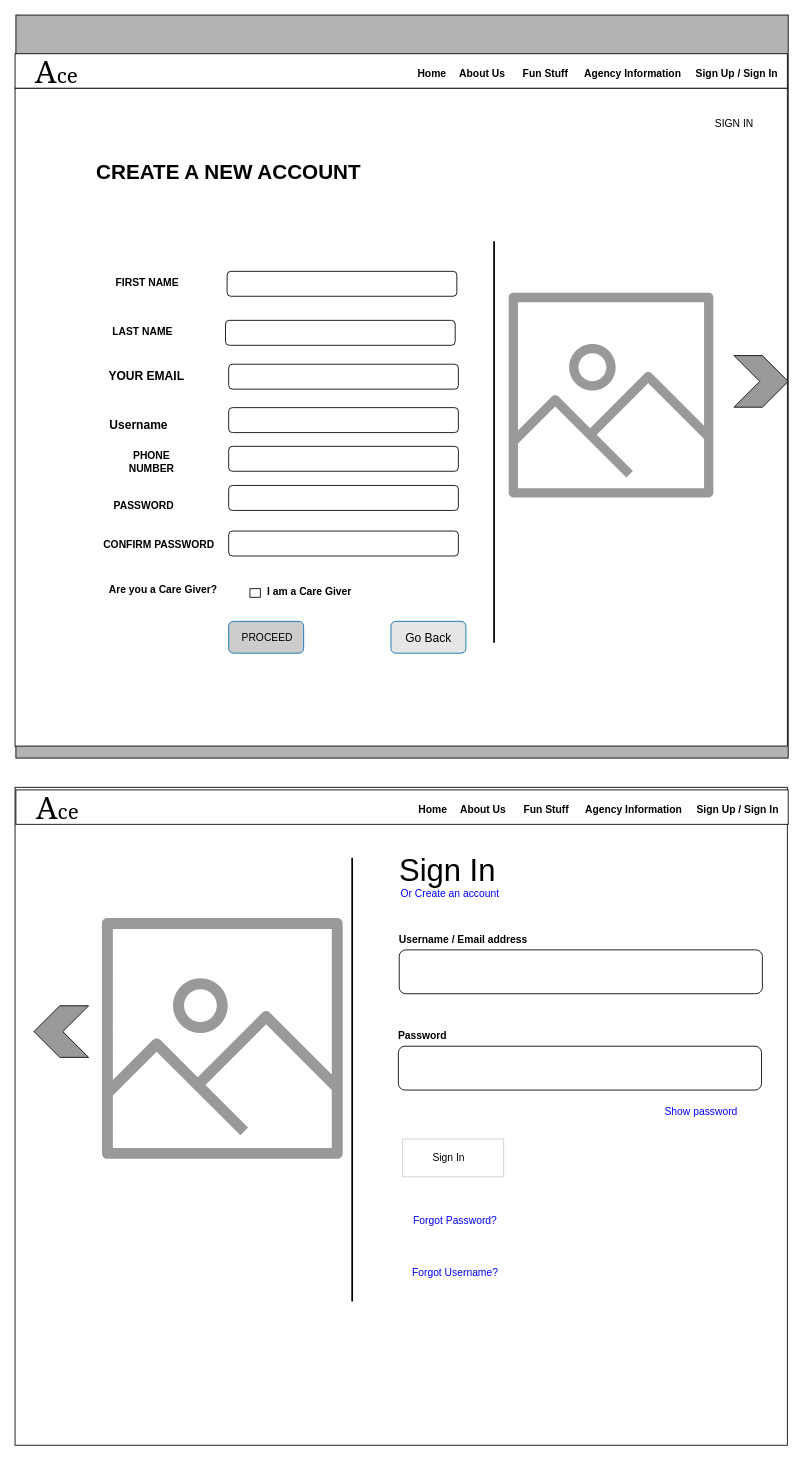
Above: registration.drawio in opeyemi-jonah/Ace-challenge (draw.io), before the change. Source tidied: cells renumbered, new cells numbered last; positions are measured from the earlier drawing's top-left corner, leaving out a move shared by most shapes. Both pictures are drawn from the tidied source at 86%, with x=0, y=0 at pixel (15, 15).
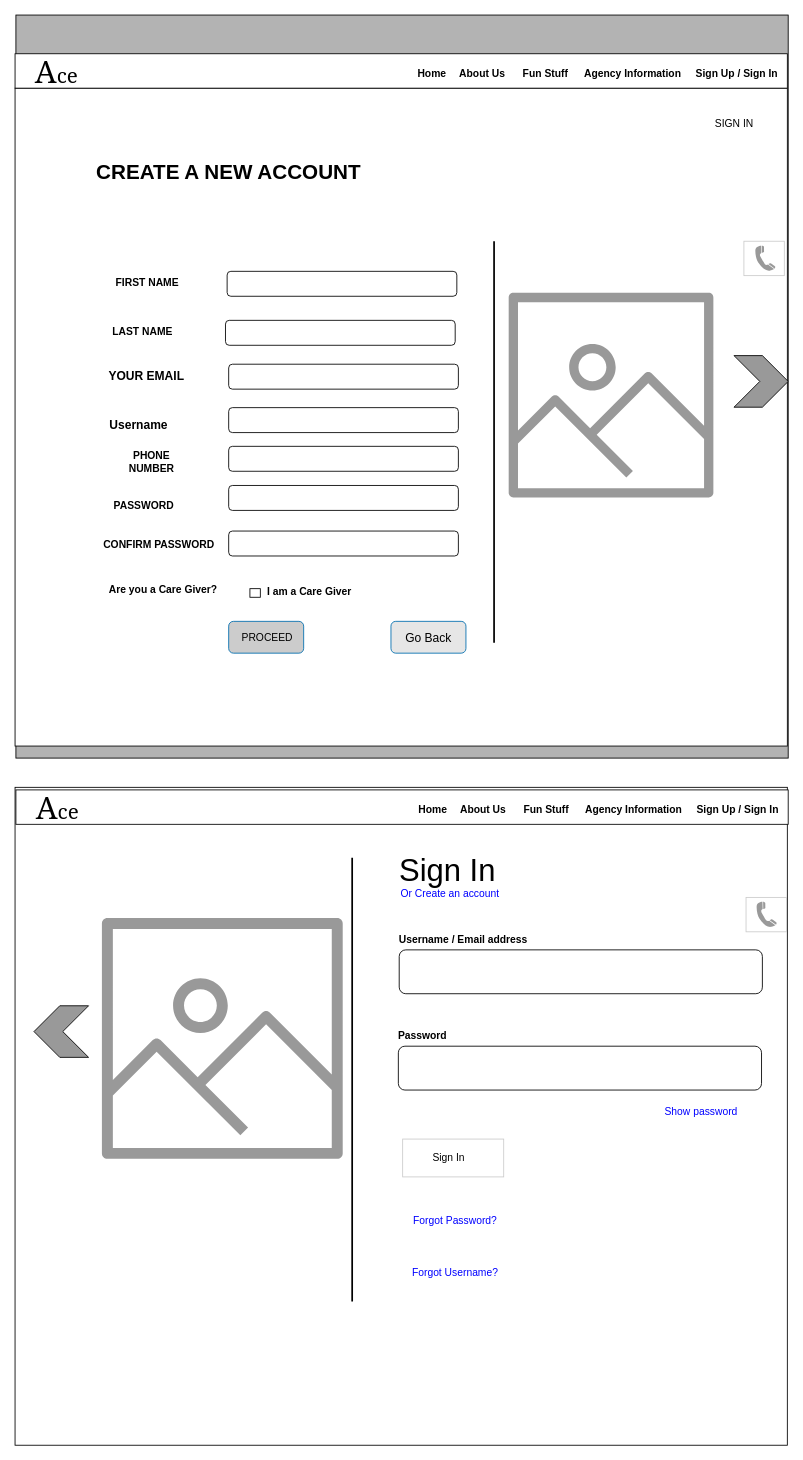
The same diagram, later.

Commit message:
added floating button

Diff of the diagram source:
```diff
@@
+    <mxCell id="68" style="group;" parent="1" vertex="1">
+      <mxGeometry x="847.5" y="263" width="47" height="40" as="geometry" />
+    </mxCell>
+    <mxCell id="69" style="rounded=0;whiteSpace=wrap;html=1;fontColor=#CCCCCC;strokeColor=#CCCCCC;" parent="68" vertex="1">
+      <mxGeometry width="47" height="40" as="geometry" />
+    </mxCell>
+    <mxCell id="70" style="shape=mxgraph.signs.tech.telephone_3;html=1;strokeColor=none;verticalLabelPosition=bottom;verticalAlign=top;align=center;fontColor=#CCCCCC;fillColor=#999999;" parent="68" vertex="1">
+      <mxGeometry x="13.2" y="5" width="23.5" height="30" as="geometry" />
+    </mxCell>
+    <mxCell id="71" style="group;" parent="1" vertex="1">
+      <mxGeometry x="842" y="1026" width="47" height="40" as="geometry" />
+    </mxCell>
+    <mxCell id="72" style="rounded=0;whiteSpace=wrap;html=1;fontColor=#CCCCCC;strokeColor=#CCCCCC;" parent="71" vertex="1">
+      <mxGeometry x="8" width="47" height="40" as="geometry" />
+    </mxCell>
+    <mxCell id="73" style="shape=mxgraph.signs.tech.telephone_3;html=1;strokeColor=none;verticalLabelPosition=bottom;verticalAlign=top;align=center;fontColor=#CCCCCC;fillColor=#999999;" parent="71" vertex="1">
+      <mxGeometry x="20.2" y="5" width="23.5" height="30" as="geometry" />
+    </mxCell>
```
